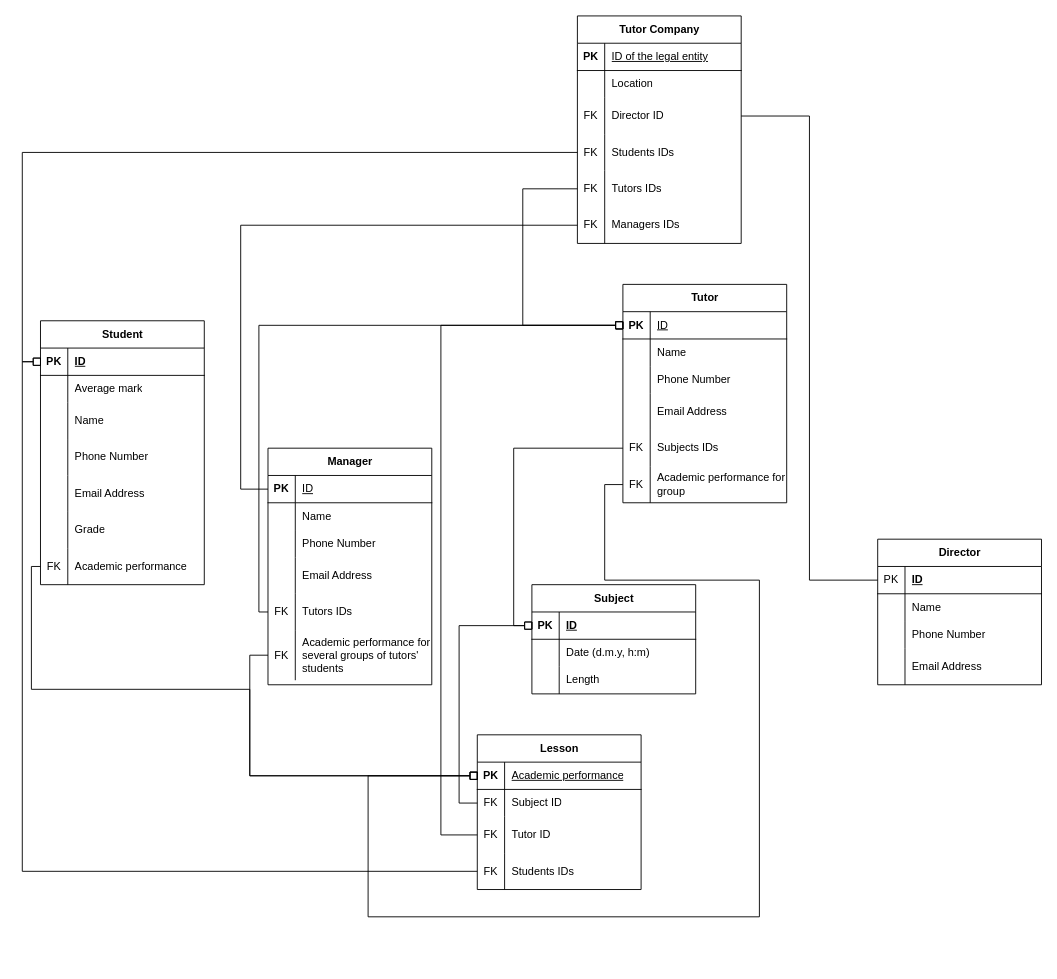
Earlier version of the draw.io diagram er_diagramm.drawio (H0p1ty/data_bases). Source tidied: cells renumbered, new cells numbered last; positions are measured from the earlier drawing's top-left corner, leaving out a move shared by most shapes. Both pictures are drawn from the tidied source at 91%, with x=0, y=0 at pixel (22, 15).
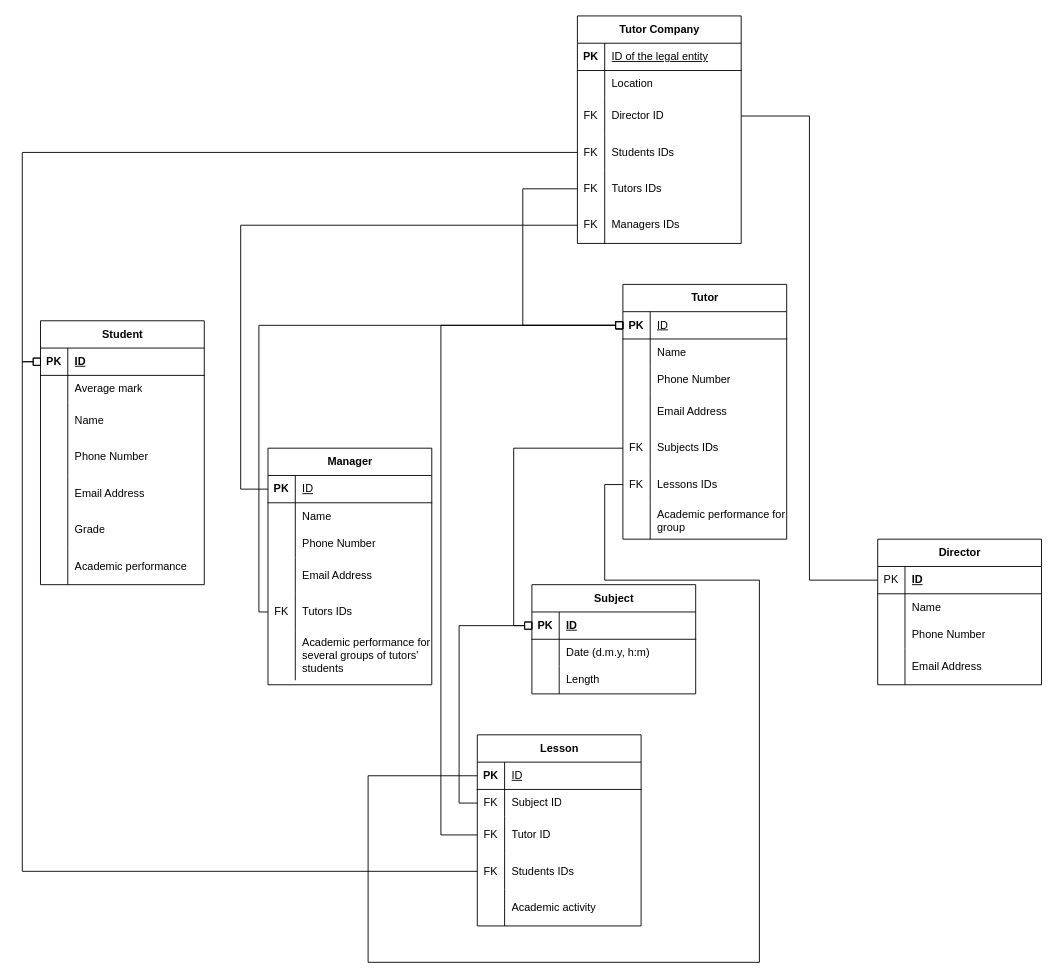
After the change.

The change refers to these unchanged cells:
```xml
<mxCell id="53" style="shape=tableRow;horizontal=0;startSize=0;swimlaneHead=0;swimlaneBody=0;fillColor=none;points=[[0,0.5],[1,0.5]];portConstraint=eastwest;top=0;left=0;right=0;bottom=0;" parent="37" vertex="1">
  <mxGeometry y="200" width="180" height="40" as="geometry" />
</mxCell>
<mxCell id="57" style="shape=tableRow;horizontal=0;startSize=0;swimlaneHead=0;swimlaneBody=0;fillColor=none;points=[[0,0.5],[1,0.5]];portConstraint=eastwest;top=0;left=0;right=0;bottom=1;" parent="56" vertex="1">
  <mxGeometry y="30" width="180" height="30" as="geometry" />
</mxCell>
<mxCell id="88" style="shape=tableRow;horizontal=0;startSize=0;swimlaneHead=0;swimlaneBody=0;fillColor=none;points=[[0,0.5],[1,0.5]];portConstraint=eastwest;top=0;left=0;right=0;bottom=0;" parent="69" vertex="1">
  <mxGeometry y="250" width="180" height="40" as="geometry" />
</mxCell>
<mxCell id="118" style="shape=tableRow;horizontal=0;startSize=0;swimlaneHead=0;swimlaneBody=0;fillColor=none;points=[[0,0.5],[1,0.5]];portConstraint=eastwest;top=0;left=0;right=0;bottom=0;" parent="102" vertex="1">
  <mxGeometry y="200" width="180" height="55" as="geometry" />
</mxCell>
```

Diff of the diagram source:
```diff
@@
     <mxCell id="37" value="Tutor" style="shape=table;startSize=30;childLayout=tableLayout;rowLines=0;fontStyle=1;align=center;html=1;" parent="1" vertex="1">
-      <mxGeometry x="660" y="295" width="180" height="240" as="geometry" />
+      <mxGeometry x="660" y="295" width="180" height="280" as="geometry" />
     </mxCell>
@@
-    <mxCell id="55" value="Academic performance&amp;nbsp;for group" style="shape=partialRectangle;fillColor=none;top=0;left=0;bottom=0;right=0;align=left;spacingLeft=6;overflow=hidden;whiteSpace=wrap;html=1;" parent="53" vertex="1">
+    <mxCell id="55" value="Lessons IDs" style="shape=partialRectangle;fillColor=none;top=0;left=0;bottom=0;right=0;align=left;spacingLeft=6;overflow=hidden;whiteSpace=wrap;html=1;" parent="53" vertex="1">
       <mxGeometry x="30" width="150" height="40" as="geometry" />
     </mxCell>
+    <mxCell id="129" style="shape=tableRow;horizontal=0;startSize=0;swimlaneHead=0;swimlaneBody=0;fillColor=none;top=0;left=0;right=0;bottom=0;" parent="37" vertex="1">
+      <mxGeometry y="240" width="180" height="40" as="geometry" />
+    </mxCell>
+    <mxCell id="130" style="shape=partialRectangle;fillColor=none;top=0;left=0;bottom=0;right=0;overflow=hidden;whiteSpace=wrap;html=1;" parent="129" vertex="1">
+      <mxGeometry width="30" height="40" as="geometry" />
+    </mxCell>
+    <mxCell id="131" value="Academic performance&amp;nbsp;for group" style="shape=partialRectangle;fillColor=none;top=0;left=0;bottom=0;right=0;align=left;spacingLeft=6;overflow=hidden;whiteSpace=wrap;html=1;" parent="129" vertex="1">
+      <mxGeometry x="30" width="150" height="40" as="geometry" />
+    </mxCell>
     <mxCell id="56" value="Lesson" style="shape=table;startSize=30;childLayout=tableLayout;rowLines=0;fontStyle=1;align=center;html=1;" parent="1" vertex="1">
-      <mxGeometry x="500" y="790" width="180" height="170" as="geometry" />
+      <mxGeometry x="500" y="790" width="180" height="210" as="geometry" />
     </mxCell>
@@
-    <mxCell id="59" value="&lt;span style=&quot;font-weight: 400;&quot;&gt;Academic performance&lt;/span&gt;" style="shape=partialRectangle;fillColor=none;top=0;left=0;bottom=0;right=0;align=left;spacingLeft=6;fontStyle=5;overflow=hidden;whiteSpace=wrap;html=1;" parent="57" vertex="1">
+    <mxCell id="59" value="&lt;span style=&quot;font-weight: 400;&quot;&gt;ID&lt;/span&gt;" style="shape=partialRectangle;fillColor=none;top=0;left=0;bottom=0;right=0;align=left;spacingLeft=6;fontStyle=5;overflow=hidden;whiteSpace=wrap;html=1;" parent="57" vertex="1">
       <mxGeometry x="30" width="150" height="30" as="geometry" />
     </mxCell>
@@
+    <mxCell id="132" style="shape=tableRow;horizontal=0;startSize=0;swimlaneHead=0;swimlaneBody=0;fillColor=none;top=0;left=0;right=0;bottom=0;" parent="56" vertex="1">
+      <mxGeometry y="170" width="180" height="40" as="geometry" />
+    </mxCell>
+    <mxCell id="133" style="shape=partialRectangle;fillColor=none;top=0;left=0;bottom=0;right=0;overflow=hidden;whiteSpace=wrap;html=1;" parent="132" vertex="1">
+      <mxGeometry width="30" height="40" as="geometry" />
+    </mxCell>
+    <mxCell id="134" value="Academic activity" style="shape=partialRectangle;fillColor=none;top=0;left=0;bottom=0;right=0;align=left;spacingLeft=6;overflow=hidden;whiteSpace=wrap;html=1;" parent="132" vertex="1">
+      <mxGeometry x="30" width="150" height="40" as="geometry" />
+    </mxCell>
@@
-    <mxCell id="89" value="FK" style="shape=partialRectangle;fillColor=none;top=0;left=0;bottom=0;right=0;overflow=hidden;whiteSpace=wrap;html=1;" parent="88" vertex="1">
+    <mxCell id="89" style="shape=partialRectangle;fillColor=none;top=0;left=0;bottom=0;right=0;overflow=hidden;whiteSpace=wrap;html=1;" parent="88" vertex="1">
       <mxGeometry width="30" height="40" as="geometry" />
     </mxCell>
@@
-    <mxCell id="119" value="FK" style="shape=partialRectangle;fillColor=none;top=0;left=0;bottom=0;right=0;overflow=hidden;whiteSpace=wrap;html=1;" parent="118" vertex="1">
+    <mxCell id="119" style="shape=partialRectangle;fillColor=none;top=0;left=0;bottom=0;right=0;overflow=hidden;whiteSpace=wrap;html=1;" parent="118" vertex="1">
       <mxGeometry width="30" height="55" as="geometry" />
     </mxCell>
@@
-    <mxCell id="126" style="edgeStyle=orthogonalEdgeStyle;rounded=0;jettySize=auto;html=1;exitX=0;exitY=0.5;exitDx=0;exitDy=0;entryX=0;entryY=0.5;entryDx=0;entryDy=0;endArrow=none;endFill=0;startArrow=box;startFill=0;" parent="1" edge="1" source="57" target="53">
+    <mxCell id="126" style="edgeStyle=orthogonalEdgeStyle;rounded=0;jettySize=auto;html=1;exitX=0;exitY=0.5;exitDx=0;exitDy=0;entryX=0;entryY=0.5;entryDx=0;entryDy=0;endArrow=none;endFill=0;startArrow=none;startFill=0;" parent="1" edge="1" source="57" target="53">
       <mxGeometry relative="1" as="geometry">
         <Array as="points">
           <mxPoint x="380" y="835" />
-          <mxPoint x="380" y="990" />
-          <mxPoint x="810" y="990" />
+          <mxPoint x="380" y="1040" />
+          <mxPoint x="810" y="1040" />
           <mxPoint x="810" y="620" />
           <mxPoint x="640" y="620" />
           <mxPoint x="640" y="515" />
         </Array>
       </mxGeometry>
     </mxCell>
-    <mxCell id="127" style="edgeStyle=orthogonalEdgeStyle;rounded=0;jettySize=auto;html=1;exitX=0;exitY=0.5;exitDx=0;exitDy=0;entryX=0;entryY=0.5;entryDx=0;entryDy=0;endArrow=none;endFill=0;startArrow=box;startFill=0;" parent="1" edge="1" source="57" target="118">
-      <mxGeometry relative="1" as="geometry" />
-    </mxCell>
-    <mxCell id="128" style="edgeStyle=orthogonalEdgeStyle;rounded=0;jettySize=auto;html=1;exitX=0;exitY=0.5;exitDx=0;exitDy=0;entryX=0;entryY=0.5;entryDx=0;entryDy=0;endArrow=none;endFill=0;startArrow=box;startFill=0;" parent="1" edge="1" source="57" target="88">
-      <mxGeometry relative="1" as="geometry">
-        <Array as="points">
-          <mxPoint x="250" y="835" />
-          <mxPoint x="250" y="740" />
-          <mxPoint x="10" y="740" />
-          <mxPoint x="10" y="605" />
-        </Array>
-      </mxGeometry>
-    </mxCell>
```
